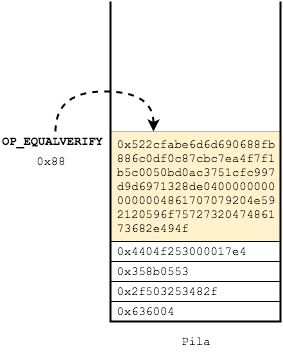
This is img/Bitcoin_transactions_stack_09.png from JavDomGom/Bitcoin_script_language, a draw.io export, as it was before one commit. Source tidied: cells renumbered, new cells last; positions are measured from the earlier drawing's top-left corner, leaving out a move shared by most shapes.
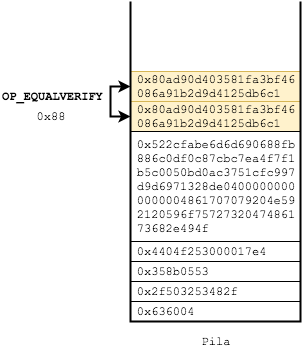
After the commit.

The edit, as a diff of the source:
```diff
@@ -5,44 +5,50 @@
     <mxCell id="2" value="Pila" style="text;html=1;strokeColor=none;fillColor=none;align=center;verticalAlign=middle;whiteSpace=wrap;rounded=0;fontFamily=Courier New;" parent="1" vertex="1">
       <mxGeometry x="175" y="330" width="40" height="20" as="geometry" />
     </mxCell>
-    <mxCell id="3" value="&lt;div&gt;0x522cfabe6d6d690688fb&lt;/div&gt;&lt;div&gt;886c0df0c87cbc7ea4f7f1&lt;/div&gt;&lt;div&gt;b5c0050bd0ac3751cfc997&lt;/div&gt;&lt;div&gt;d9d6971328de0400000000&lt;/div&gt;&lt;div&gt;0000004861707079204e59&lt;/div&gt;&lt;div&gt;2120596f75727320474861&lt;/div&gt;&lt;div&gt;73682e494f&amp;nbsp; &amp;nbsp; &amp;nbsp; &amp;nbsp; &amp;nbsp; &amp;nbsp;&amp;nbsp;&lt;/div&gt;" style="text;html=1;strokeColor=#d6b656;fillColor=#fff2cc;align=center;verticalAlign=middle;whiteSpace=wrap;rounded=0;fontFamily=Courier New;" parent="1" vertex="1">
-      <mxGeometry x="110" y="130" width="170" height="110" as="geometry" />
+    <mxCell id="3" value="&lt;div&gt;&lt;/div&gt;&lt;div style=&quot;text-align: center&quot;&gt;&lt;/div&gt;&lt;div&gt;&lt;/div&gt;0x80ad90d403581fa3bf46&lt;br&gt;086a91b2d9d4125db6c1&amp;nbsp;&amp;nbsp;&lt;br&gt;" style="text;html=1;strokeColor=#d6b656;fillColor=#fff2cc;align=center;verticalAlign=middle;whiteSpace=wrap;rounded=0;fontFamily=Courier New;" parent="1" vertex="1">
+      <mxGeometry x="110" y="100" width="170" height="30" as="geometry" />
     </mxCell>
-    <mxCell id="4" style="endArrow=none;html=1;rounded=0;strokeWidth=2;" parent="1" edge="1">
-      <mxGeometry relative="1" as="geometry">
-        <mxPoint x="280" as="sourcePoint" />
-        <mxPoint x="110" as="targetPoint" />
-        <Array as="points">
-          <mxPoint x="280" y="320" />
-          <mxPoint x="110" y="320" />
-        </Array>
-      </mxGeometry>
+    <mxCell id="4" value="&lt;div&gt;0x80ad90d403581fa3bf46&lt;/div&gt;&lt;div&gt;086a91b2d9d4125db6c1&amp;nbsp;&amp;nbsp;&lt;/div&gt;" style="text;html=1;strokeColor=#d6b656;fillColor=#fff2cc;align=center;verticalAlign=middle;whiteSpace=wrap;rounded=0;fontFamily=Courier New;" parent="1" vertex="1">
+      <mxGeometry x="110" y="70" width="170" height="30" as="geometry" />
     </mxCell>
-    <mxCell id="5" value="&lt;span&gt;OP_EQUALVERIFY&lt;/span&gt;&lt;br&gt;" style="text;html=1;strokeColor=none;fillColor=none;align=left;verticalAlign=middle;whiteSpace=wrap;rounded=0;fontFamily=Courier New;fontStyle=1;" parent="1" vertex="1">
-      <mxGeometry y="130" width="110" height="20" as="geometry" />
+    <mxCell id="5" style="endArrow=none;html=1;rounded=0;strokeWidth=2;" parent="1" edge="1">
+      <mxGeometry relative="1" as="geometry">
+        <mxPoint x="280" as="sourcePoint" />
+        <mxPoint x="110" as="targetPoint" />
+        <Array as="points">
+          <mxPoint x="280" y="320" />
+          <mxPoint x="110" y="320" />
+        </Array>
+      </mxGeometry>
     </mxCell>
-    <mxCell id="6" style="curved=1;endArrow=classic;html=1;strokeWidth=2;fontFamily=Courier New;exitX=0.5;exitY=0;exitDx=0;exitDy=0;entryX=0.25;entryY=0;entryDx=0;entryDy=0;dashed=1;" parent="1" edge="1" source="5" target="3">
-      <mxGeometry relative="1" as="geometry">
-        <Array as="points">
-          <mxPoint x="55" y="90" />
-          <mxPoint x="153" y="90" />
-        </Array>
-      </mxGeometry>
+    <mxCell id="6" value="OP_EQUALVERIFY&lt;br&gt;" style="text;html=1;strokeColor=none;fillColor=none;align=left;verticalAlign=middle;whiteSpace=wrap;rounded=0;fontFamily=Courier New;fontStyle=1;" parent="1" vertex="1">
+      <mxGeometry x="-20" y="85" width="110" height="20" as="geometry" />
     </mxCell>
-    <mxCell id="7" value="&lt;span&gt;0x636004&amp;nbsp; &amp;nbsp; &amp;nbsp; &amp;nbsp; &amp;nbsp; &amp;nbsp; &amp;nbsp;&amp;nbsp;&lt;/span&gt;" style="text;html=1;strokeColor=#000000;fillColor=none;align=center;verticalAlign=middle;whiteSpace=wrap;rounded=0;fontFamily=Courier New;" parent="1" vertex="1">
-      <mxGeometry x="110" y="300" width="170" height="20" as="geometry" />
+    <mxCell id="7" value="&lt;div&gt;0x522cfabe6d6d690688fb&lt;/div&gt;&lt;div&gt;886c0df0c87cbc7ea4f7f1&lt;/div&gt;&lt;div&gt;b5c0050bd0ac3751cfc997&lt;/div&gt;&lt;div&gt;d9d6971328de0400000000&lt;/div&gt;&lt;div&gt;0000004861707079204e59&lt;/div&gt;&lt;div&gt;2120596f75727320474861&lt;/div&gt;&lt;div&gt;73682e494f&amp;nbsp; &amp;nbsp; &amp;nbsp; &amp;nbsp; &amp;nbsp; &amp;nbsp;&amp;nbsp;&lt;/div&gt;" style="text;html=1;strokeColor=#000000;fillColor=none;align=center;verticalAlign=middle;whiteSpace=wrap;rounded=0;fontFamily=Courier New;" parent="1" vertex="1">
+      <mxGeometry x="110" y="130" width="170" height="110" as="geometry" />
     </mxCell>
-    <mxCell id="8" value="&lt;span&gt;0x2f503253482f&amp;nbsp; &amp;nbsp; &amp;nbsp; &amp;nbsp;&amp;nbsp;&lt;/span&gt;&lt;br&gt;" style="text;html=1;strokeColor=#000000;fillColor=none;align=center;verticalAlign=middle;whiteSpace=wrap;rounded=0;fontFamily=Courier New;" parent="1" vertex="1">
-      <mxGeometry x="110" y="280" width="170" height="20" as="geometry" />
+    <mxCell id="8" value="&lt;span&gt;0x636004&amp;nbsp; &amp;nbsp; &amp;nbsp; &amp;nbsp; &amp;nbsp; &amp;nbsp; &amp;nbsp;&amp;nbsp;&lt;/span&gt;" style="text;html=1;strokeColor=#000000;fillColor=none;align=center;verticalAlign=middle;whiteSpace=wrap;rounded=0;fontFamily=Courier New;" parent="1" vertex="1">
+      <mxGeometry x="110" y="300" width="170" height="20" as="geometry" />
     </mxCell>
-    <mxCell id="9" value="&lt;span&gt;0x358b0553&amp;nbsp; &amp;nbsp; &amp;nbsp; &amp;nbsp; &amp;nbsp; &amp;nbsp;&amp;nbsp;&lt;/span&gt;&lt;br&gt;" style="text;html=1;strokeColor=#000000;fillColor=none;align=center;verticalAlign=middle;whiteSpace=wrap;rounded=0;fontFamily=Courier New;" parent="1" vertex="1">
-      <mxGeometry x="110" y="260" width="170" height="20" as="geometry" />
+    <mxCell id="9" value="&lt;span&gt;0x2f503253482f&amp;nbsp; &amp;nbsp; &amp;nbsp; &amp;nbsp;&amp;nbsp;&lt;/span&gt;&lt;br&gt;" style="text;html=1;strokeColor=#000000;fillColor=none;align=center;verticalAlign=middle;whiteSpace=wrap;rounded=0;fontFamily=Courier New;" parent="1" vertex="1">
+      <mxGeometry x="110" y="280" width="170" height="20" as="geometry" />
     </mxCell>
-    <mxCell id="10" value="&lt;span&gt;0x4404f253000017e4&amp;nbsp; &amp;nbsp;&amp;nbsp;&lt;/span&gt;&lt;br&gt;" style="text;html=1;strokeColor=#000000;fillColor=none;align=center;verticalAlign=middle;whiteSpace=wrap;rounded=0;fontFamily=Courier New;" parent="1" vertex="1">
-      <mxGeometry x="110" y="240" width="170" height="20" as="geometry" />
+    <mxCell id="10" value="&lt;span&gt;0x358b0553&amp;nbsp; &amp;nbsp; &amp;nbsp; &amp;nbsp; &amp;nbsp; &amp;nbsp;&amp;nbsp;&lt;/span&gt;&lt;br&gt;" style="text;html=1;strokeColor=#000000;fillColor=none;align=center;verticalAlign=middle;whiteSpace=wrap;rounded=0;fontFamily=Courier New;" parent="1" vertex="1">
+      <mxGeometry x="110" y="260" width="170" height="20" as="geometry" />
     </mxCell>
-    <mxCell id="11" value="0x88" style="text;html=1;strokeColor=none;fillColor=none;align=center;verticalAlign=middle;whiteSpace=wrap;rounded=0;fontFamily=Courier New;" parent="1" vertex="1">
-      <mxGeometry x="30" y="150" width="40" height="20" as="geometry" />
+    <mxCell id="11" value="&lt;span&gt;0x4404f253000017e4&amp;nbsp; &amp;nbsp;&amp;nbsp;&lt;/span&gt;&lt;br&gt;" style="text;html=1;strokeColor=#000000;fillColor=none;align=center;verticalAlign=middle;whiteSpace=wrap;rounded=0;fontFamily=Courier New;" parent="1" vertex="1">
+      <mxGeometry x="110" y="240" width="170" height="20" as="geometry" />
     </mxCell>
+    <mxCell id="12" value="0x88" style="text;html=1;strokeColor=none;fillColor=none;align=center;verticalAlign=middle;whiteSpace=wrap;rounded=0;fontFamily=Courier New;" parent="1" vertex="1">
+      <mxGeometry x="10" y="105" width="40" height="20" as="geometry" />
+    </mxCell>
+    <mxCell id="13" style="endArrow=classic;startArrow=classic;html=1;entryX=0;entryY=0.5;entryDx=0;entryDy=0;exitX=0;exitY=0.5;exitDx=0;exitDy=0;rounded=0;strokeWidth=2;" parent="1" edge="1" source="3" target="4">
+      <mxGeometry relative="1" as="geometry">
+        <Array as="points">
+          <mxPoint x="90" y="115" />
+          <mxPoint x="90" y="85" />
+        </Array>
+      </mxGeometry>
+    </mxCell>
   </root>
 </mxGraphModel>
```
